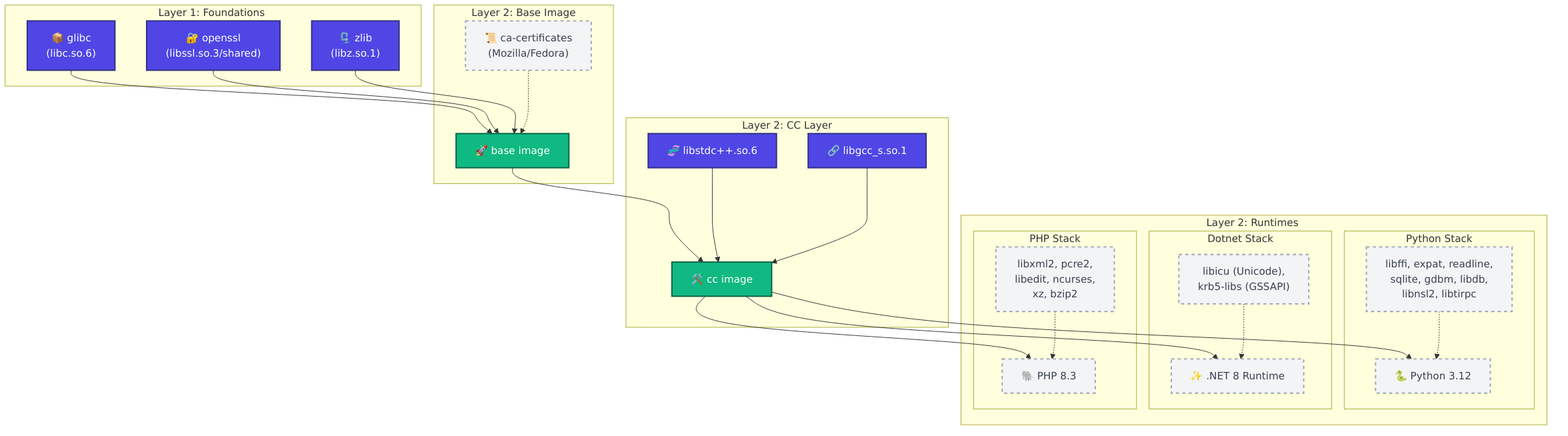
Before: docs/images/lib-hierarchy.png, a diagram exported from Mermaid (mbuccarello/distroless-the-hard-way). Its source is kept beside it as docs/mermaid/lib-hierarchy.mmd.
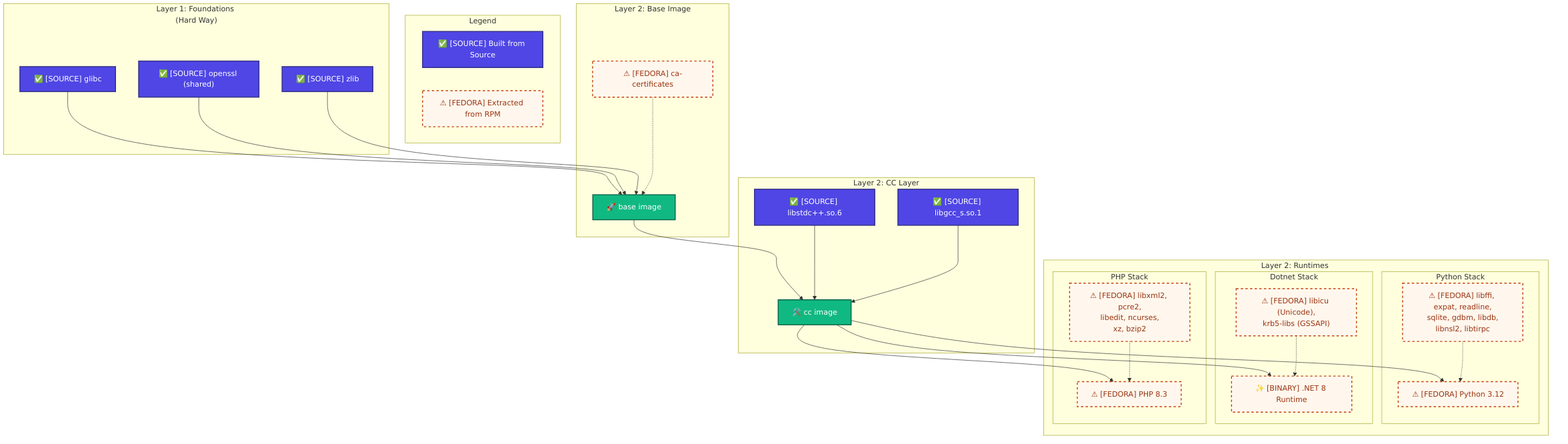
The same file after the commit.

Commit message:
docs: clarify source vs fedora components in hierarchy diagram (v74)

Diff of the diagram source:
```diff
@@ -1,12 +1,18 @@
 graph TD
+    subgraph Legend
+        l1["✅ [SOURCE] Built from Source"]
+        l2["⚠️ [FEDORA] Extracted from RPM"]
+    end
     classDef source fill:#4f46e5,stroke:#312e81,color:#fff,stroke-width:2px;
-    classDef fedora fill:#f3f4f6,stroke:#9ca3af,color:#374151,stroke-width:2px,stroke-dasharray: 5 5;
+    classDef fedora fill:#fff7ed,stroke:#c2410c,color:#9a3412,stroke-width:2px,stroke-dasharray: 5 5;
     classDef image fill:#10b981,stroke:#065f46,color:#fff,stroke-width:2px;
+    class l1 source;
+    class l2 fedora;
 
-    subgraph "Layer 1: Foundations (Source Built)"
-        glibc["📦 glibc<br/>(libc.so.6)"]
-        openssl["🔐 openssl<br/>(libssl.so.3/shared)"]
-        zlib["🗜️ zlib<br/>(libz.so.1)"]
+    subgraph "Layer 1: Foundations (Hard Way)"
+        glibc["✅ [SOURCE] glibc"]
+        openssl["✅ [SOURCE] openssl (shared)"]
+        zlib["✅ [SOURCE] zlib"]
     end
 
     subgraph "Layer 2: Base Image"
@@ -14,14 +20,14 @@
         glibc --> base
         openssl --> base
         zlib --> base
-        cacert["📜 ca-certificates<br/>(Mozilla/Fedora)"] -.-> base
+        cacert["⚠️ [FEDORA] ca-certificates"] -.-> base
     end
 
     subgraph "Layer 2: CC Layer"
         cc["🛠️ cc image"]
         base --> cc
-        libcpp["🧬 libstdc++.so.6"] --> cc
-        libgcc["🔗 libgcc_s.so.1"] --> cc
+        libcpp["✅ [SOURCE] libstdc++.so.6"] --> cc
+        libgcc["✅ [SOURCE] libgcc_s.so.1"] --> cc
     end
 
     subgraph "Layer 2: Runtimes (Flavors)"
@@ -30,18 +36,18 @@
         cc --> php
 
         subgraph "Python Stack"
-            python["🐍 Python 3.12"]
-            py_libs["libffi, expat, readline,<br/>sqlite, gdbm, libdb,<br/>libnsl2, libtirpc"] -.-> python
+            python["⚠️ [FEDORA] Python 3.12"]
+            py_libs["⚠️ [FEDORA] libffi, expat, readline,<br/>sqlite, gdbm, libdb,<br/>libnsl2, libtirpc"] -.-> python
         end
 
         subgraph "Dotnet Stack"
-            dotnet["✨ .NET 8 Runtime"]
-            dotnet_libs["libicu (Unicode),<br/>krb5-libs (GSSAPI)"] -.-> dotnet
+            dotnet["✨ [BINARY] .NET 8 Runtime"]
+            dotnet_libs["⚠️ [FEDORA] libicu (Unicode),<br/>krb5-libs (GSSAPI)"] -.-> dotnet
         end
 
         subgraph "PHP Stack"
-            php["🐘 PHP 8.3"]
-            php_libs["libxml2, pcre2,<br/>libedit, ncurses,<br/>xz, bzip2"] -.-> php
+            php["⚠️ [FEDORA] PHP 8.3"]
+            php_libs["⚠️ [FEDORA] libxml2, pcre2,<br/>libedit, ncurses,<br/>xz, bzip2"] -.-> php
         end
     end
 
```
